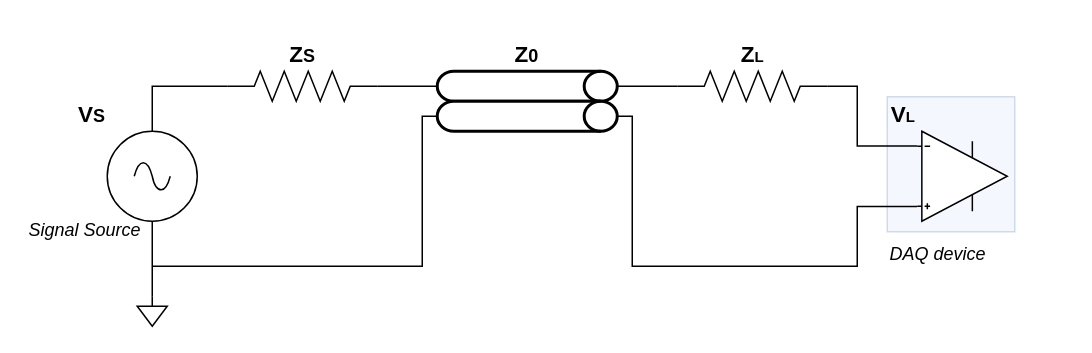
ktlim-xy/draw-io keeps this draw.io diagram as circuit.drawio. Above is the earlier version. Source tidied: cells renumbered, new cells numbered last; positions are measured from the earlier drawing's top-left corner, leaving out a move shared by most shapes. Both pictures are drawn from the tidied source at 150%, with x=0, y=0 at pixel (26, 70).
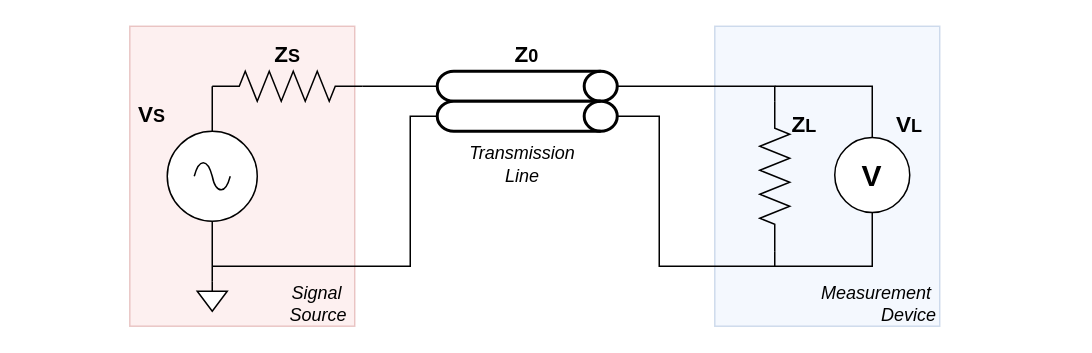
The same page after the edit.

The change refers to these unchanged cells:
```xml
<mxCell id="8" value="&lt;font style=&quot;font-size: 15px;&quot;&gt;Z&lt;/font&gt;0" style="strokeWidth=2;html=1;shape=mxgraph.flowchart.direct_data;whiteSpace=wrap;align=center;labelPosition=center;verticalLabelPosition=top;verticalAlign=bottom;fontStyle=1;" parent="1" vertex="1">
  <mxGeometry x="274" width="120" height="20" as="geometry" />
</mxCell>
<mxCell id="11" style="strokeWidth=2;html=1;shape=mxgraph.flowchart.direct_data;whiteSpace=wrap;fontStyle=1;" parent="1" vertex="1">
  <mxGeometry x="274" y="20" width="120" height="20" as="geometry" />
</mxCell>
```

What changed in the source:
```diff
@@
-    <mxCell id="2" style="verticalLabelPosition=bottom;verticalAlign=top;html=1;shape=mxgraph.basic.rect;fillColor2=none;strokeWidth=1;size=20;indent=5;fillColor=#dae8fc;strokeColor=#6c8ebf;opacity=30;" parent="1" vertex="1">
-      <mxGeometry x="574" y="17" width="85" height="90" as="geometry" />
-    </mxCell>
+    <mxCell id="19" style="verticalLabelPosition=bottom;verticalAlign=top;html=1;shape=mxgraph.basic.rect;fillColor2=none;strokeWidth=1;size=20;indent=5;fillColor=#dae8fc;strokeColor=#6c8ebf;opacity=30;" parent="1" vertex="1">
+      <mxGeometry x="459" y="-30" width="150" height="200" as="geometry" />
+    </mxCell>
+    <mxCell id="20" style="verticalLabelPosition=bottom;verticalAlign=top;html=1;shape=mxgraph.basic.rect;fillColor2=none;strokeWidth=1;size=20;indent=5;fillColor=#f8cecc;strokeColor=#b85450;opacity=30;" parent="1" vertex="1">
+      <mxGeometry x="69" y="-30" width="150" height="200" as="geometry" />
+    </mxCell>
     <mxCell id="3" value="&lt;font style=&quot;font-size: 15px;&quot;&gt;V&lt;/font&gt;S" style="verticalLabelPosition=top;shadow=0;dashed=0;align=right;html=1;verticalAlign=bottom;shape=mxgraph.electrical.signal_sources.source;points=[[0.5,0,0],[1,0.5,0],[0.5,1,0],[0,0.5,0]];elSignalType=ac;labelPosition=left;fontStyle=1;" parent="1" vertex="1">
-      <mxGeometry x="54" y="40" width="60" height="60" as="geometry" />
+      <mxGeometry x="94" y="40" width="60" height="60" as="geometry" />
     </mxCell>
-    <mxCell id="4" value="&lt;font style=&quot;font-size: 15px;&quot;&gt;Z&lt;/font&gt;S" style="verticalLabelPosition=top;shadow=0;dashed=0;align=center;html=1;verticalAlign=bottom;shape=mxgraph.electrical.resistors.resistor_2;fontStyle=1;labelPosition=center;" parent="1" vertex="1">
-      <mxGeometry x="134" width="100" height="20" as="geometry" />
+    <mxCell id="4" value="&lt;span style=&quot;font-size: 15px;&quot;&gt;Z&lt;/span&gt;S" style="verticalLabelPosition=top;shadow=0;dashed=0;align=center;html=1;verticalAlign=bottom;shape=mxgraph.electrical.resistors.resistor_2;fontStyle=1;labelPosition=center;" parent="1" vertex="1">
+      <mxGeometry x="124" width="100" height="20" as="geometry" />
     </mxCell>
-    <mxCell id="5" value="&lt;font style=&quot;font-size: 15px;&quot;&gt;Z&lt;/font&gt;&lt;font style=&quot;&quot; size=&quot;1&quot;&gt;L&lt;/font&gt;" style="verticalLabelPosition=top;shadow=0;dashed=0;align=center;html=1;verticalAlign=bottom;shape=mxgraph.electrical.resistors.resistor_2;fontStyle=1;labelPosition=center;" parent="1" vertex="1">
-      <mxGeometry x="434" width="100" height="20" as="geometry" />
+    <mxCell id="5" style="verticalLabelPosition=top;shadow=0;dashed=0;align=center;html=1;verticalAlign=bottom;shape=mxgraph.electrical.resistors.resistor_2;fontStyle=1;labelPosition=center;rotation=90;" parent="1" vertex="1">
+      <mxGeometry x="449" y="60" width="100" height="20" as="geometry" />
     </mxCell>
-    <mxCell id="6" value="&lt;font style=&quot;font-size: 15px;&quot;&gt;V&lt;/font&gt;&lt;font style=&quot;&quot; size=&quot;1&quot;&gt;L&lt;/font&gt;" style="verticalLabelPosition=top;shadow=0;dashed=0;align=right;html=1;verticalAlign=bottom;shape=mxgraph.electrical.abstract.operational_amp_1;labelPosition=left;fontStyle=1;" parent="1" vertex="1">
-      <mxGeometry x="594" y="40" width="60" height="60" as="geometry" />
-    </mxCell>
     <mxCell id="7" style="verticalLabelPosition=bottom;shadow=0;dashed=0;align=center;html=1;verticalAlign=top;shape=mxgraph.electrical.signal_sources.signal_ground;" parent="1" vertex="1">
-      <mxGeometry x="74" y="150" width="20" height="20" as="geometry" />
+      <mxGeometry x="114" y="140" width="20" height="20" as="geometry" />
     </mxCell>
@@
-    <mxCell id="10" style="edgeStyle=orthogonalEdgeStyle;rounded=0;jettySize=auto;html=1;exitX=0;exitY=0.5;exitDx=0;exitDy=0;exitPerimeter=0;endArrow=none;endFill=0;" parent="1" edge="1" source="11">
-      <mxGeometry relative="1" as="geometry">
-        <mxPoint x="84" y="130" as="targetPoint" />
-        <Array as="points">
-          <mxPoint x="264" y="30" />
-          <mxPoint x="264" y="130" />
-        </Array>
-      </mxGeometry>
-    </mxCell>
@@
-    <mxCell id="12" style="edgeStyle=orthogonalEdgeStyle;rounded=0;jettySize=auto;html=1;exitX=1;exitY=0.5;exitDx=0;exitDy=0;exitPerimeter=0;entryX=0;entryY=0.5;entryDx=0;entryDy=0;entryPerimeter=0;endArrow=none;endFill=0;" parent="1" edge="1" source="4" target="8">
-      <mxGeometry relative="1" as="geometry" />
-    </mxCell>
     <mxCell id="13" style="edgeStyle=orthogonalEdgeStyle;rounded=0;jettySize=auto;html=1;exitX=1;exitY=0.5;exitDx=0;exitDy=0;exitPerimeter=0;entryX=0;entryY=0.5;entryDx=0;entryDy=0;entryPerimeter=0;endArrow=none;endFill=0;" parent="1" edge="1" source="8" target="5">
-      <mxGeometry relative="1" as="geometry" />
+      <mxGeometry relative="1" as="geometry">
+        <Array as="points">
+          <mxPoint x="499" y="10" />
+        </Array>
+      </mxGeometry>
     </mxCell>
@@
-    <mxCell id="15" style="edgeStyle=orthogonalEdgeStyle;rounded=0;jettySize=auto;html=1;exitX=0;exitY=0.835;exitDx=0;exitDy=0;exitPerimeter=0;entryX=1;entryY=0.5;entryDx=0;entryDy=0;entryPerimeter=0;endArrow=none;endFill=0;" parent="1" edge="1" source="6" target="11">
-      <mxGeometry relative="1" as="geometry">
-        <Array as="points">
-          <mxPoint x="554" y="90" />
-          <mxPoint x="554" y="130" />
-          <mxPoint x="404" y="130" />
-          <mxPoint x="404" y="30" />
-        </Array>
-      </mxGeometry>
-    </mxCell>
-    <mxCell id="16" style="edgeStyle=orthogonalEdgeStyle;rounded=0;jettySize=auto;html=1;exitX=0;exitY=0.165;exitDx=0;exitDy=0;exitPerimeter=0;entryX=1;entryY=0.5;entryDx=0;entryDy=0;entryPerimeter=0;endArrow=none;endFill=0;" parent="1" edge="1" source="6" target="5">
-      <mxGeometry relative="1" as="geometry">
-        <Array as="points">
-          <mxPoint x="554" y="50" />
-          <mxPoint x="554" y="10" />
-        </Array>
-      </mxGeometry>
-    </mxCell>
-    <mxCell id="17" value="DAQ device" style="text;html=1;whiteSpace=wrap;strokeColor=none;fillColor=none;align=left;verticalAlign=middle;rounded=0;fontStyle=2;" parent="1" vertex="1">
-      <mxGeometry x="574" y="107" width="120" height="30" as="geometry" />
+    <mxCell id="17" value="Measurement&amp;nbsp;&lt;br&gt;Device" style="text;html=1;whiteSpace=wrap;strokeColor=none;fillColor=none;align=right;verticalAlign=middle;rounded=0;fontStyle=2;" parent="1" vertex="1">
+      <mxGeometry x="523" y="140" width="86" height="30" as="geometry" />
     </mxCell>
-    <mxCell id="18" value="Signal Source" style="text;html=1;whiteSpace=wrap;strokeColor=none;fillColor=none;align=left;verticalAlign=middle;rounded=0;fontStyle=2;" parent="1" vertex="1">
-      <mxGeometry y="91" width="83" height="30" as="geometry" />
+    <mxCell id="18" value="Signal&amp;nbsp;&lt;div&gt;Source&lt;/div&gt;" style="text;html=1;whiteSpace=wrap;strokeColor=none;fillColor=none;align=right;verticalAlign=middle;rounded=0;fontStyle=2;" parent="1" vertex="1">
+      <mxGeometry x="154" y="140" width="62" height="30" as="geometry" />
     </mxCell>
+    <mxCell id="21" value="Transmission Line" style="text;html=1;whiteSpace=wrap;strokeColor=none;fillColor=none;align=center;verticalAlign=middle;rounded=0;fontStyle=2;" parent="1" vertex="1">
+      <mxGeometry x="300" y="47" width="62" height="30" as="geometry" />
+    </mxCell>
+    <mxCell id="22" style="edgeStyle=orthogonalEdgeStyle;rounded=0;jettySize=auto;html=1;exitX=0.5;exitY=0;exitDx=0;exitDy=0;endArrow=none;endFill=0;" parent="1" edge="1" source="24">
+      <mxGeometry relative="1" as="geometry">
+        <mxPoint x="499" y="10" as="targetPoint" />
+        <Array as="points">
+          <mxPoint x="564" y="10" />
+        </Array>
+      </mxGeometry>
+    </mxCell>
+    <mxCell id="23" style="edgeStyle=orthogonalEdgeStyle;rounded=0;jettySize=auto;html=1;exitX=0.5;exitY=1;exitDx=0;exitDy=0;endArrow=none;endFill=0;" parent="1" edge="1" source="24">
+      <mxGeometry relative="1" as="geometry">
+        <mxPoint x="499" y="130" as="targetPoint" />
+        <Array as="points">
+          <mxPoint x="564" y="130" />
+        </Array>
+      </mxGeometry>
+    </mxCell>
+    <mxCell id="24" value="&lt;b&gt;&lt;font style=&quot;font-size: 20px;&quot;&gt;V&lt;/font&gt;&lt;/b&gt;" style="ellipse;whiteSpace=wrap;html=1;" parent="1" vertex="1">
+      <mxGeometry x="539" y="44.2" width="50" height="50" as="geometry" />
+    </mxCell>
+    <mxCell id="25" style="edgeStyle=orthogonalEdgeStyle;rounded=0;jettySize=auto;html=1;exitX=1;exitY=0.5;exitDx=0;exitDy=0;exitPerimeter=0;entryX=1;entryY=0.5;entryDx=0;entryDy=0;entryPerimeter=0;endArrow=none;endFill=0;" parent="1" edge="1" source="5" target="11">
+      <mxGeometry relative="1" as="geometry">
+        <Array as="points">
+          <mxPoint x="499" y="130" />
+          <mxPoint x="422" y="130" />
+          <mxPoint x="422" y="30" />
+        </Array>
+      </mxGeometry>
+    </mxCell>
+    <mxCell id="6" value="&lt;font style=&quot;font-weight: 700; text-align: right; white-space: nowrap; font-size: 15px;&quot;&gt;V&lt;/font&gt;&lt;font style=&quot;font-weight: 700; text-align: right; white-space: nowrap;&quot;&gt;L&lt;/font&gt;" style="text;html=1;whiteSpace=wrap;strokeColor=none;fillColor=none;align=center;verticalAlign=middle;rounded=0;" parent="1" vertex="1">
+      <mxGeometry x="559" y="20" width="60" height="30" as="geometry" />
+    </mxCell>
+    <mxCell id="26" value="&lt;font style=&quot;font-weight: 700; white-space: nowrap;&quot;&gt;&lt;span style=&quot;font-size: 15px;&quot;&gt;Z&lt;/span&gt;L&lt;/font&gt;" style="text;html=1;whiteSpace=wrap;strokeColor=none;fillColor=none;align=center;verticalAlign=middle;rounded=0;" parent="1" vertex="1">
+      <mxGeometry x="489" y="20" width="60" height="30" as="geometry" />
+    </mxCell>
+    <mxCell id="27" style="edgeStyle=orthogonalEdgeStyle;rounded=0;jettySize=auto;html=1;exitX=0;exitY=0.5;exitDx=0;exitDy=0;exitPerimeter=0;entryX=1;entryY=0.5;entryDx=0;entryDy=0;entryPerimeter=0;endArrow=none;endFill=0;" parent="1" edge="1" source="8" target="4">
+      <mxGeometry relative="1" as="geometry" />
+    </mxCell>
+    <mxCell id="28" style="edgeStyle=orthogonalEdgeStyle;rounded=0;jettySize=auto;html=1;exitX=0;exitY=0.5;exitDx=0;exitDy=0;exitPerimeter=0;endArrow=none;endFill=0;" parent="1" edge="1" source="11">
+      <mxGeometry relative="1" as="geometry">
+        <mxPoint x="124" y="130" as="targetPoint" />
+        <Array as="points">
+          <mxPoint x="256" y="30" />
+          <mxPoint x="256" y="130" />
+        </Array>
+      </mxGeometry>
+    </mxCell>
```
